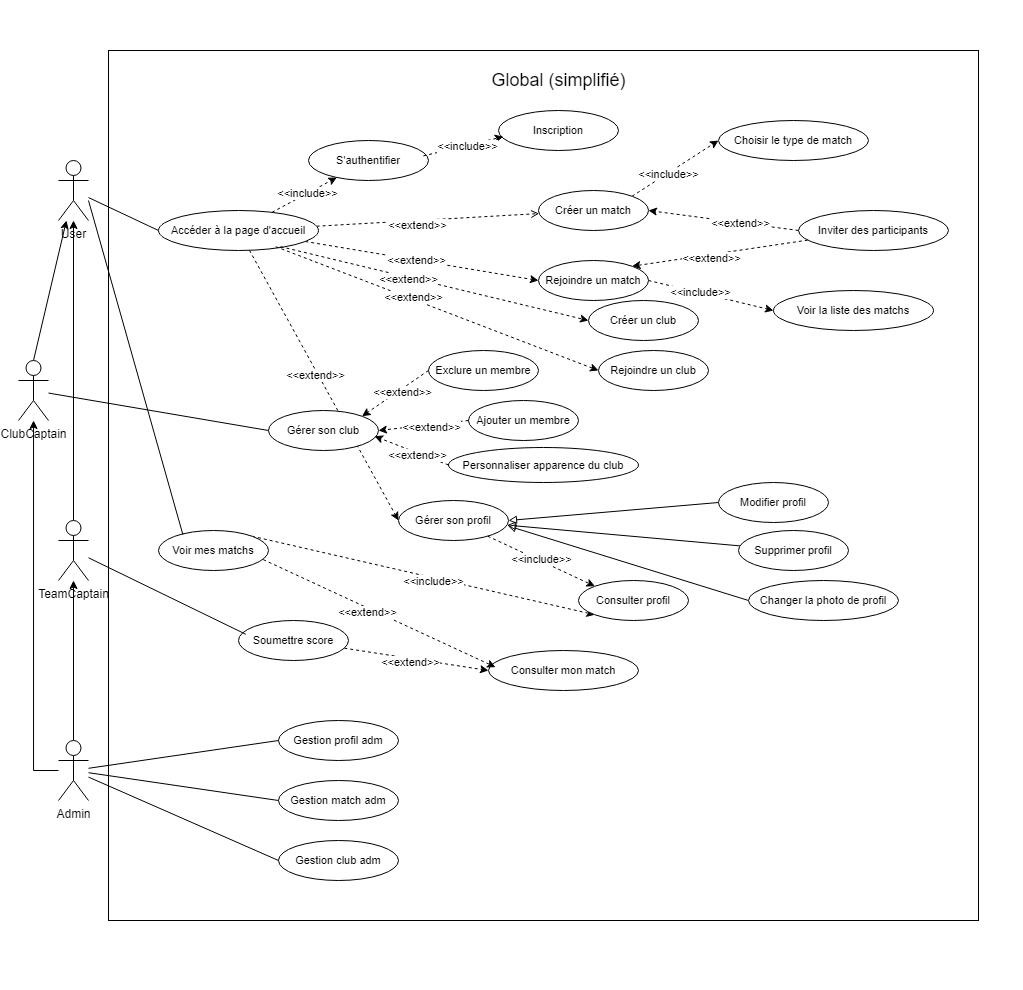
Mathistrg/Styx keeps this draw.io diagram as Diagram use case Global simplifié.drawio.png. Above is the earlier version. Source tidied: cells renumbered, new cells last; positions are measured from the earlier drawing's top-left corner, leaving out a move shared by most shapes.
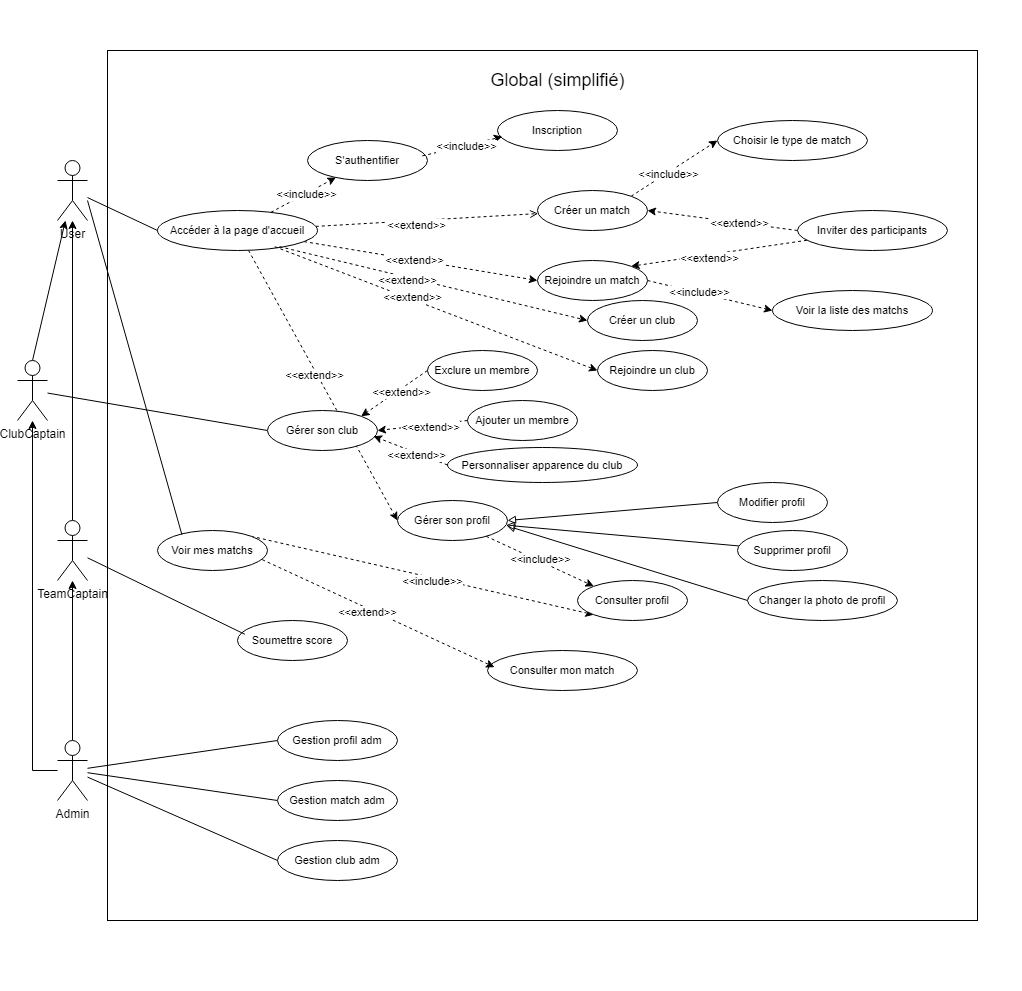
Later version of the same file.

Commit message:
Mettre à jour Diagram use case Global simplifié.drawio.png

What changed in the source:
```diff
@@ -191,14 +191,6 @@
     <mxCell id="62" value="Consulter mon match" style="ellipse;whiteSpace=wrap;html=1;fontFamily=Helvetica;fontSize=11;fontColor=default;labelBackgroundColor=default;" parent="1" vertex="1">
       <mxGeometry x="470" y="650" width="150" height="40" as="geometry" />
     </mxCell>
-    <mxCell id="63" style="edgeStyle=none;shape=connector;rounded=0;jettySize=auto;html=1;entryX=0;entryY=0.5;entryDx=0;entryDy=0;dashed=1;strokeColor=default;align=center;verticalAlign=middle;fontFamily=Helvetica;fontSize=11;fontColor=default;labelBackgroundColor=default;endArrow=classic;endFill=1;" parent="1" edge="1" source="65" target="62">
-      <mxGeometry relative="1" as="geometry" />
-    </mxCell>
-    <mxCell id="64" value="&amp;lt;&amp;lt;extend&amp;gt;&amp;gt;" style="edgeLabel;html=1;align=center;verticalAlign=middle;fontFamily=Helvetica;fontSize=11;fontColor=default;labelBackgroundColor=default;" parent="63" vertex="1">
-      <mxGeometry x="-0.1" y="-4" relative="1" as="geometry">
-        <mxPoint x="1" as="offset" />
-      </mxGeometry>
-    </mxCell>
     <mxCell id="65" value="Soumettre score" style="ellipse;whiteSpace=wrap;html=1;fontFamily=Helvetica;fontSize=11;fontColor=default;labelBackgroundColor=default;" parent="1" vertex="1">
       <mxGeometry x="220" y="620" width="110" height="40" as="geometry" />
     </mxCell>
```
